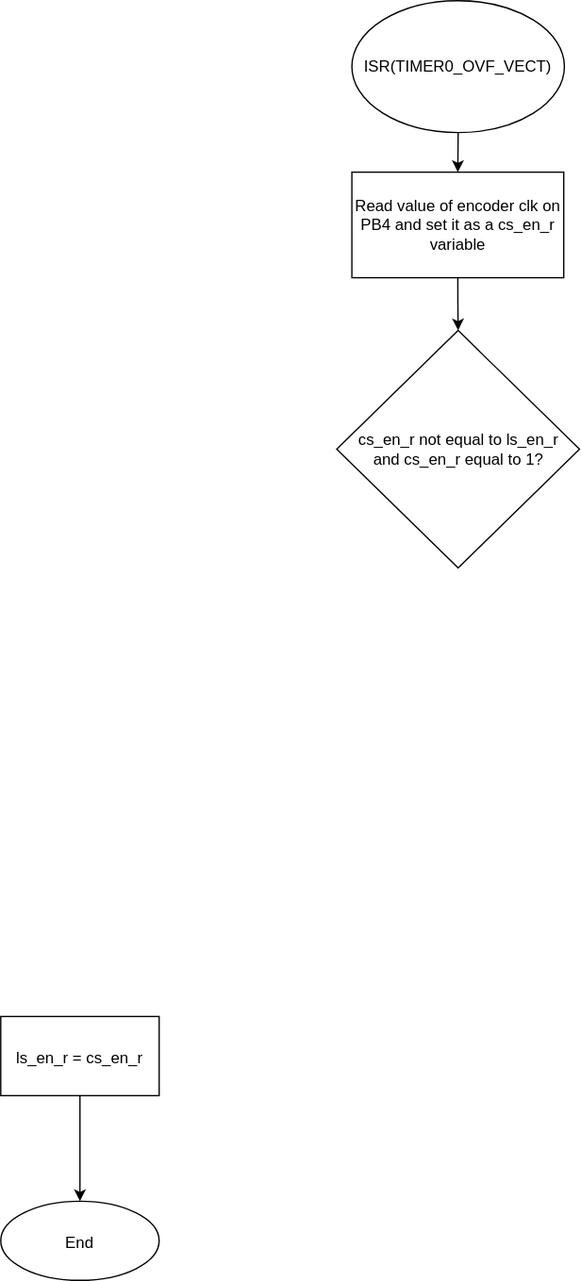
Earlier version of the draw.io export projects/project2/rotating_servos.drawio.svg (OndraFoltyn/digital-electronics-2). Source tidied: cells renumbered, new cells last; positions are measured from the earlier drawing's top-left corner, leaving out a move shared by most shapes.
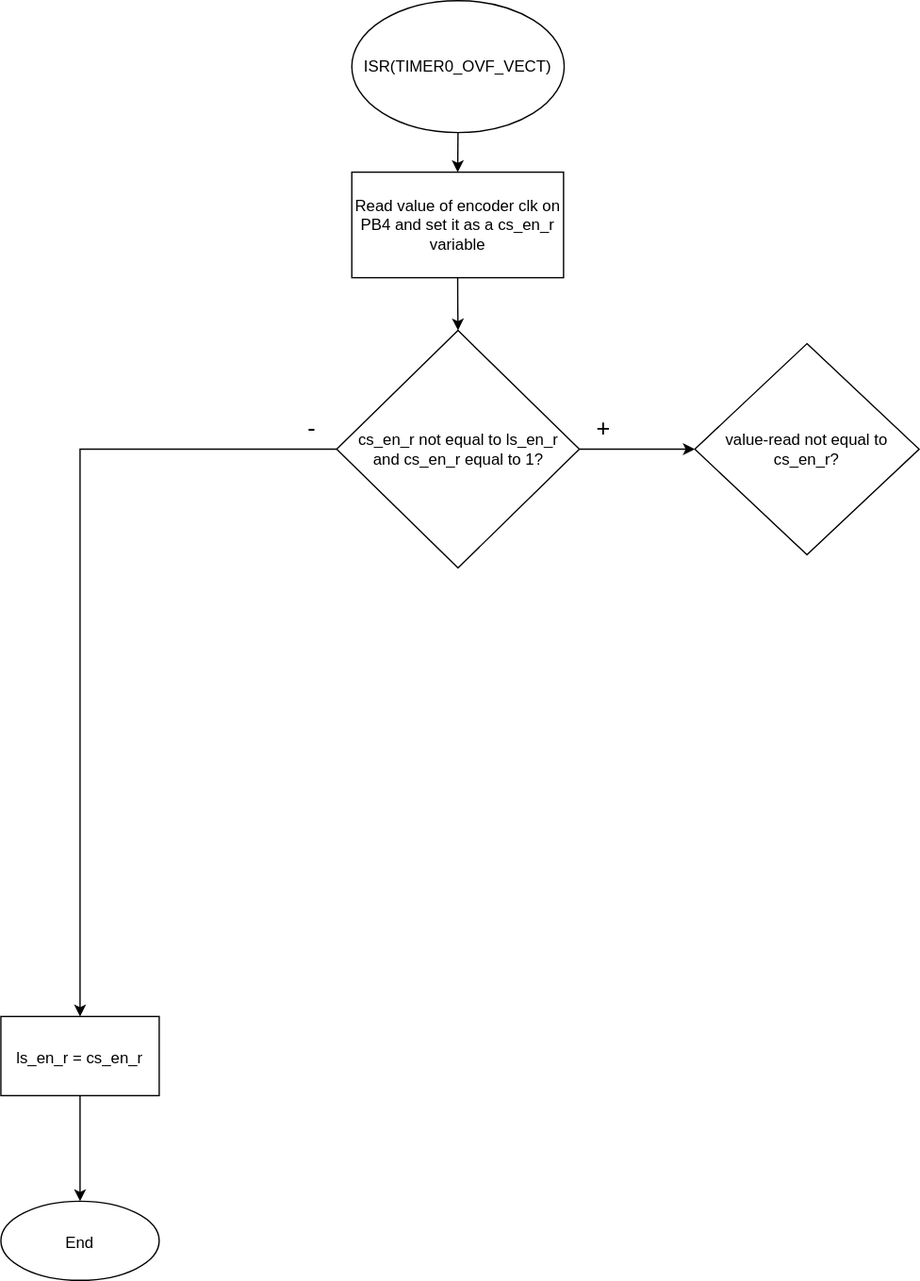
After the commit.

Change to the diagram source:
```diff
@@ -14,6 +14,12 @@
     <mxCell id="5" value="Read value of encoder clk on PB4 and set it as a cs_en_r variable" style="whiteSpace=wrap;html=1;" parent="1" vertex="1">
       <mxGeometry x="266" y="130" width="160.5" height="80" as="geometry" />
     </mxCell>
+    <mxCell id="10" style="edgeStyle=orthogonalEdgeStyle;rounded=0;jettySize=auto;html=1;exitX=0;exitY=0.5;exitDx=0;exitDy=0;" parent="1" edge="1" source="6" target="8">
+      <mxGeometry relative="1" as="geometry" />
+    </mxCell>
+    <mxCell id="11" style="edgeStyle=orthogonalEdgeStyle;rounded=0;jettySize=auto;html=1;exitX=1;exitY=0.5;exitDx=0;exitDy=0;entryX=0;entryY=0.5;entryDx=0;entryDy=0;" parent="1" edge="1" source="6" target="13">
+      <mxGeometry relative="1" as="geometry" />
+    </mxCell>
     <mxCell id="6" value="cs_en_r not equal to ls_en_r &lt;br&gt;and cs_en_r equal to 1?" style="rhombus;whiteSpace=wrap;html=1;" parent="1" vertex="1">
       <mxGeometry x="254.6" y="250" width="183.9" height="180" as="geometry" />
     </mxCell>
@@ -26,5 +32,14 @@
     <mxCell id="9" value="&lt;font style=&quot;font-size: 12px;&quot;&gt;End&lt;/font&gt;" style="ellipse;whiteSpace=wrap;html=1;fontSize=18;rounded=0;" parent="1" vertex="1">
       <mxGeometry y="910" width="120" height="60" as="geometry" />
     </mxCell>
+    <mxCell id="12" value="&lt;font style=&quot;font-size: 18px;&quot;&gt;-&lt;/font&gt;" style="text;html=1;strokeColor=none;fillColor=none;align=center;verticalAlign=middle;whiteSpace=wrap;rounded=0;" parent="1" vertex="1">
+      <mxGeometry x="206" y="310" width="60" height="30" as="geometry" />
+    </mxCell>
+    <mxCell id="13" value="value-read not equal to cs_en_r?" style="rhombus;whiteSpace=wrap;html=1;" parent="1" vertex="1">
+      <mxGeometry x="526" y="260" width="170" height="160" as="geometry" />
+    </mxCell>
+    <mxCell id="14" value="&lt;span style=&quot;font-size: 18px;&quot;&gt;+&lt;/span&gt;" style="text;html=1;strokeColor=none;fillColor=none;align=center;verticalAlign=middle;whiteSpace=wrap;rounded=0;" parent="1" vertex="1">
+      <mxGeometry x="426.5" y="310" width="60" height="30" as="geometry" />
+    </mxCell>
   </root>
 </mxGraphModel>
```
